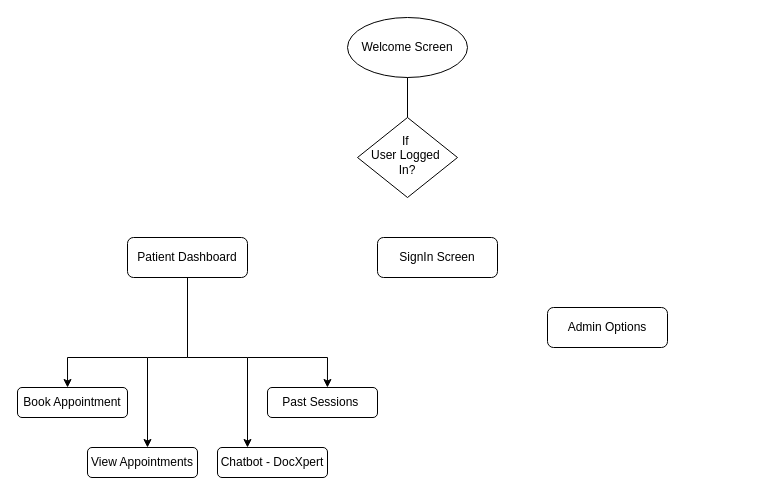
Earlier version of the draw.io diagram Untitled Diagram.drawio (Nisrgg/Android-14). Source tidied: cells renumbered, new cells numbered last; positions are measured from the earlier drawing's top-left corner, leaving out a move shared by most shapes. Both pictures are drawn from the tidied source at 100%, with x=0, y=0 at pixel (17, 17).
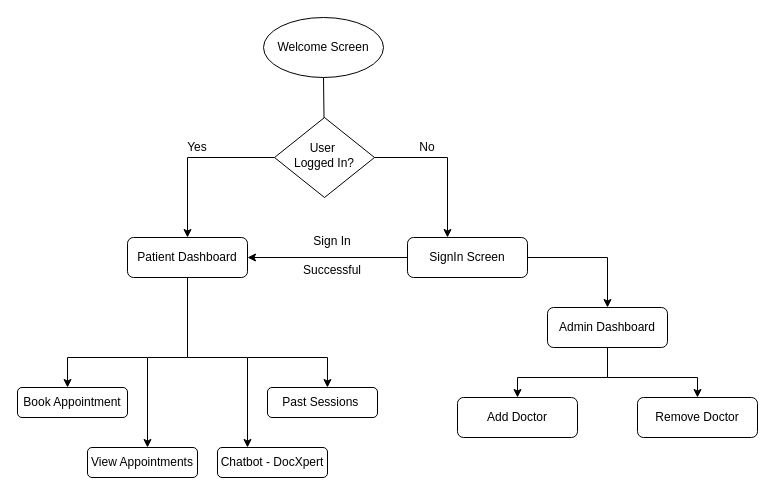
Above is the later version.

The change refers to these unchanged cells:
```xml
<mxCell id="2" value="Patient Dashboard" style="rounded=1;whiteSpace=wrap;html=1;fontSize=12;glass=0;strokeWidth=1;shadow=0;" parent="1" vertex="1">
  <mxGeometry x="110" y="220" width="120" height="40" as="geometry" />
</mxCell>
```

Diff of the diagram source:
```diff
@@
-    <mxCell id="3" value="If&amp;nbsp;&lt;div&gt;User Logged&amp;nbsp;&lt;/div&gt;&lt;div&gt;In?&lt;/div&gt;" style="rhombus;whiteSpace=wrap;html=1;shadow=0;fontFamily=Helvetica;fontSize=12;align=center;strokeWidth=1;spacing=6;spacingTop=-4;" parent="1" vertex="1">
-      <mxGeometry x="340" y="100" width="100" height="80" as="geometry" />
+    <mxCell id="3" value="User&amp;nbsp;&lt;div&gt;Logged In?&lt;/div&gt;" style="rhombus;whiteSpace=wrap;html=1;shadow=0;fontFamily=Helvetica;fontSize=12;align=center;strokeWidth=1;spacing=6;spacingTop=-4;" parent="1" vertex="1">
+      <mxGeometry x="257" y="100" width="100" height="80" as="geometry" />
     </mxCell>
     <mxCell id="4" value="SignIn Screen" style="rounded=1;whiteSpace=wrap;html=1;fontSize=12;glass=0;strokeWidth=1;shadow=0;" parent="1" vertex="1">
-      <mxGeometry x="360" y="220" width="120" height="40" as="geometry" />
+      <mxGeometry x="390" y="220" width="120" height="40" as="geometry" />
     </mxCell>
-    <mxCell id="5" value="Admin Options" style="rounded=1;whiteSpace=wrap;html=1;fontSize=12;glass=0;strokeWidth=1;shadow=0;" parent="1" vertex="1">
+    <mxCell id="5" value="Admin Dashboard" style="rounded=1;whiteSpace=wrap;html=1;fontSize=12;glass=0;strokeWidth=1;shadow=0;" parent="1" vertex="1">
       <mxGeometry x="530" y="290" width="120" height="40" as="geometry" />
     </mxCell>
     <mxCell id="6" value="Welcome Screen" style="ellipse;whiteSpace=wrap;html=1;" parent="1" vertex="1">
-      <mxGeometry x="330" width="120" height="60" as="geometry" />
+      <mxGeometry x="246" width="120" height="60" as="geometry" />
     </mxCell>
@@
+    <mxCell id="17" style="endArrow=classic;html=1;rounded=0;exitX=0;exitY=0.5;exitDx=0;exitDy=0;" parent="1" edge="1" source="3">
+      <mxGeometry relative="1" as="geometry">
+        <mxPoint x="170" y="220" as="targetPoint" />
+        <Array as="points">
+          <mxPoint x="170" y="140" />
+        </Array>
+      </mxGeometry>
+    </mxCell>
+    <mxCell id="18" style="endArrow=classic;html=1;rounded=0;exitX=1;exitY=0.5;exitDx=0;exitDy=0;" parent="1" edge="1" source="3">
+      <mxGeometry relative="1" as="geometry">
+        <mxPoint x="430" y="220" as="targetPoint" />
+        <Array as="points">
+          <mxPoint x="430" y="140" />
+        </Array>
+      </mxGeometry>
+    </mxCell>
+    <mxCell id="19" value="Yes" style="text;html=1;align=center;verticalAlign=middle;whiteSpace=wrap;rounded=0;" parent="1" vertex="1">
+      <mxGeometry x="160" y="120" width="40" height="20" as="geometry" />
+    </mxCell>
+    <mxCell id="20" value="No" style="text;html=1;align=center;verticalAlign=middle;whiteSpace=wrap;rounded=0;" parent="1" vertex="1">
+      <mxGeometry x="390" y="120" width="40" height="20" as="geometry" />
+    </mxCell>
+    <mxCell id="21" style="endArrow=classic;html=1;rounded=0;exitX=1;exitY=0.5;exitDx=0;exitDy=0;entryX=0.5;entryY=0;entryDx=0;entryDy=0;" parent="1" edge="1" target="5">
+      <mxGeometry relative="1" as="geometry">
+        <mxPoint x="510" y="240" as="sourcePoint" />
+        <Array as="points">
+          <mxPoint x="590" y="240" />
+        </Array>
+      </mxGeometry>
+    </mxCell>
+    <mxCell id="22" value="Add Doctor" style="rounded=1;whiteSpace=wrap;html=1;fontSize=12;glass=0;strokeWidth=1;shadow=0;" parent="1" vertex="1">
+      <mxGeometry x="440" y="380" width="120" height="40" as="geometry" />
+    </mxCell>
+    <mxCell id="23" value="Remove Doctor" style="rounded=1;whiteSpace=wrap;html=1;fontSize=12;glass=0;strokeWidth=1;shadow=0;" parent="1" vertex="1">
+      <mxGeometry x="620" y="380" width="120" height="40" as="geometry" />
+    </mxCell>
+    <mxCell id="24" style="endArrow=classic;html=1;rounded=0;exitX=0.5;exitY=1;exitDx=0;exitDy=0;entryX=0.5;entryY=0;entryDx=0;entryDy=0;" parent="1" edge="1" source="5" target="22">
+      <mxGeometry relative="1" as="geometry">
+        <Array as="points">
+          <mxPoint x="590" y="360" />
+          <mxPoint x="500" y="360" />
+        </Array>
+      </mxGeometry>
+    </mxCell>
+    <mxCell id="25" style="endArrow=classic;html=1;rounded=0;exitX=1;exitY=0.5;exitDx=0;exitDy=0;entryX=0.5;entryY=0;entryDx=0;entryDy=0;" parent="1" edge="1" target="23">
+      <mxGeometry relative="1" as="geometry">
+        <mxPoint x="590" y="360" as="sourcePoint" />
+        <Array as="points">
+          <mxPoint x="680" y="360" />
+        </Array>
+      </mxGeometry>
+    </mxCell>
+    <mxCell id="26" style="endArrow=classic;html=1;rounded=0;exitX=0;exitY=0.5;exitDx=0;exitDy=0;entryX=1;entryY=0.5;entryDx=0;entryDy=0;" parent="1" edge="1" source="4" target="2">
+      <mxGeometry relative="1" as="geometry" />
+    </mxCell>
+    <mxCell id="27" value="Sign In&lt;div&gt;&lt;br&gt;&lt;/div&gt;&lt;div&gt;Successful&lt;/div&gt;" style="text;html=1;align=center;verticalAlign=middle;whiteSpace=wrap;rounded=0;" parent="1" vertex="1">
+      <mxGeometry x="280" y="220" width="70" height="35" as="geometry" />
+    </mxCell>
```
